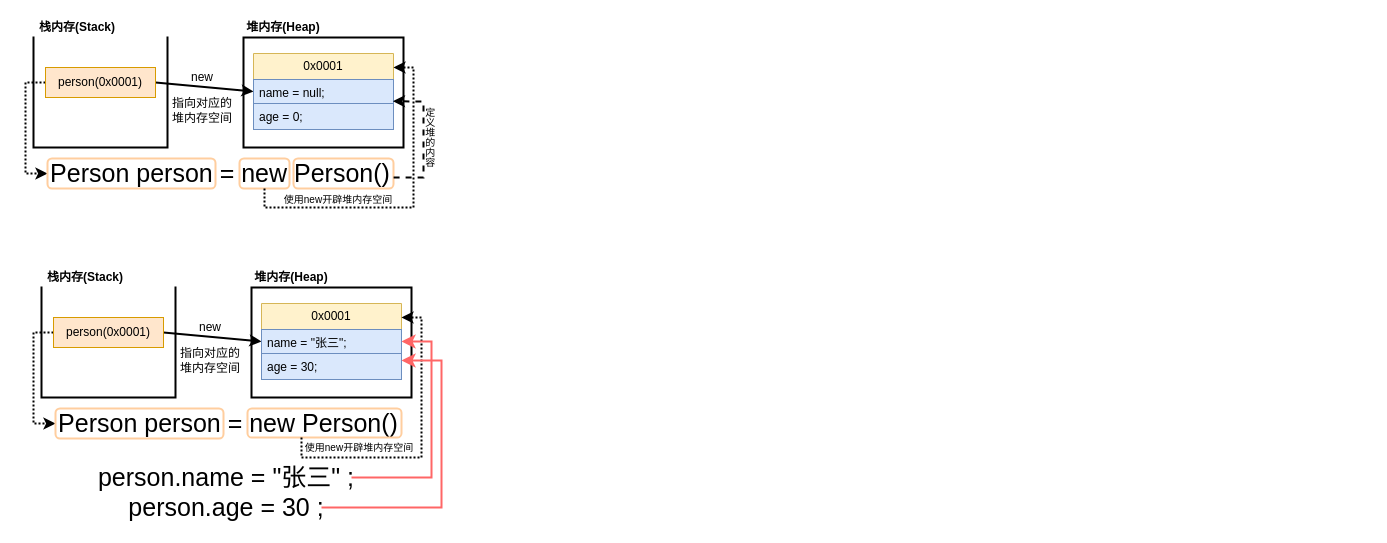
This is java对象内存分析.drawio from qingyunlyp/resource, a draw.io file, before an edit. Source tidied: cells renumbered, new cells numbered last; positions are measured from the earlier drawing's top-left corner, leaving out a move shared by most shapes. Both pictures are drawn from the tidied source at 100%, with x=0, y=0 at pixel (33, 17).
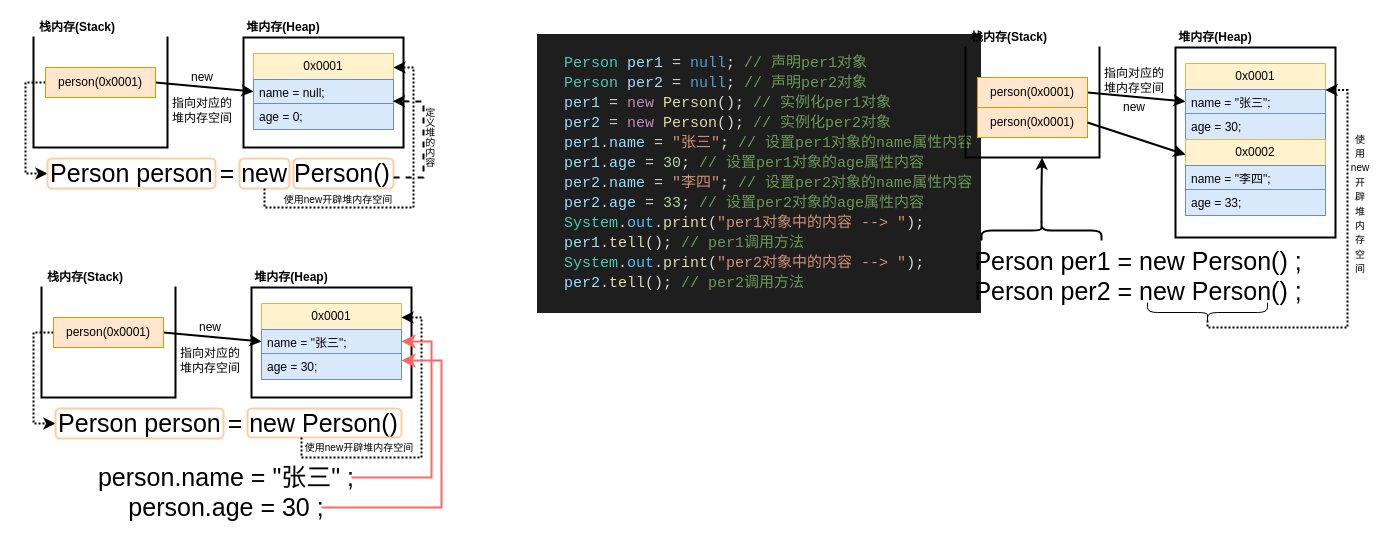
The same page after the edit.

Commit message:
更新java对象内存分析.drawio

The edit, as a diff of the source:
```diff
@@
+    <mxCell id="42" value="&lt;div style=&quot;color: rgb(212, 212, 212); background-color: rgb(30, 30, 30); font-family: Consolas, &amp;quot;Courier New&amp;quot;, monospace; font-weight: normal; line-height: 19px; white-space: pre;&quot;&gt;&lt;div style=&quot;line-height: 19px;&quot;&gt;&lt;div style=&quot;&quot;&gt;&lt;div style=&quot;line-height: 19px;&quot;&gt;&lt;div style=&quot;&quot;&gt;&lt;font style=&quot;font-size: 15px;&quot;&gt;&amp;nbsp; &amp;nbsp;&lt;/font&gt;&lt;/div&gt;&lt;div style=&quot;&quot;&gt;&lt;font style=&quot;font-size: 15px;&quot;&gt;&lt;span style=&quot;color: rgb(78, 201, 176);&quot;&gt;   Person&lt;/span&gt; &lt;span style=&quot;color: rgb(156, 220, 254);&quot;&gt;per1&lt;/span&gt; = &lt;span style=&quot;color: rgb(86, 156, 214);&quot;&gt;null&lt;/span&gt;; &lt;span style=&quot;color: rgb(106, 153, 85);&quot;&gt;// 声明per1对象&lt;/span&gt;&lt;/font&gt;&lt;/div&gt;&lt;div style=&quot;&quot;&gt;&lt;font style=&quot;font-size: 15px;&quot;&gt;&amp;nbsp;  &lt;span style=&quot;color: rgb(78, 201, 176);&quot;&gt;Person&lt;/span&gt; &lt;span style=&quot;color: rgb(156, 220, 254);&quot;&gt;per2&lt;/span&gt; = &lt;span style=&quot;color: rgb(86, 156, 214);&quot;&gt;null&lt;/span&gt;; &lt;span style=&quot;color: rgb(106, 153, 85);&quot;&gt;// 声明per2对象&lt;/span&gt;&lt;/font&gt;&lt;/div&gt;&lt;div style=&quot;&quot;&gt;&lt;font style=&quot;font-size: 15px;&quot;&gt;&amp;nbsp;  &lt;span style=&quot;color: rgb(156, 220, 254);&quot;&gt;per1&lt;/span&gt; = &lt;span style=&quot;color: rgb(197, 134, 192);&quot;&gt;new&lt;/span&gt; &lt;span style=&quot;color: rgb(220, 220, 170);&quot;&gt;Person&lt;/span&gt;(); &lt;span style=&quot;color: rgb(106, 153, 85);&quot;&gt;// 实例化per1对象&lt;/span&gt;&lt;/font&gt;&lt;/div&gt;&lt;div style=&quot;&quot;&gt;&lt;font style=&quot;font-size: 15px;&quot;&gt;&amp;nbsp;  &lt;span style=&quot;color: rgb(156, 220, 254);&quot;&gt;per2&lt;/span&gt; = &lt;span style=&quot;color: rgb(197, 134, 192);&quot;&gt;new&lt;/span&gt; &lt;span style=&quot;color: rgb(220, 220, 170);&quot;&gt;Person&lt;/span&gt;(); &lt;span style=&quot;color: rgb(106, 153, 85);&quot;&gt;// 实例化per2对象&lt;/span&gt;&lt;/font&gt;&lt;/div&gt;&lt;div style=&quot;&quot;&gt;&lt;font style=&quot;font-size: 15px;&quot;&gt;&amp;nbsp;  &lt;span style=&quot;color: rgb(156, 220, 254);&quot;&gt;per1&lt;/span&gt;.&lt;span style=&quot;color: rgb(156, 220, 254);&quot;&gt;name&lt;/span&gt; = &lt;span style=&quot;color: rgb(206, 145, 120);&quot;&gt;&quot;张三&quot;&lt;/span&gt;; &lt;span style=&quot;color: rgb(106, 153, 85);&quot;&gt;// 设置per1对象的name属性内容 &lt;/span&gt;&lt;/font&gt;&lt;/div&gt;&lt;div style=&quot;&quot;&gt;&lt;font style=&quot;font-size: 15px;&quot;&gt;&amp;nbsp;  &lt;span style=&quot;color: rgb(156, 220, 254);&quot;&gt;per1&lt;/span&gt;.&lt;span style=&quot;color: rgb(156, 220, 254);&quot;&gt;age&lt;/span&gt; = &lt;span style=&quot;color: rgb(181, 206, 168);&quot;&gt;30&lt;/span&gt;; &lt;span style=&quot;color: rgb(106, 153, 85);&quot;&gt;// 设置per1对象的age属性内容&lt;/span&gt;&lt;/font&gt;&lt;/div&gt;&lt;div style=&quot;&quot;&gt;&lt;font style=&quot;font-size: 15px;&quot;&gt;&amp;nbsp; &amp;nbsp;&lt;span style=&quot;color: rgb(156, 220, 254);&quot;&gt;per2&lt;/span&gt;.&lt;span style=&quot;color: rgb(156, 220, 254);&quot;&gt;name&lt;/span&gt; = &lt;span style=&quot;color: rgb(206, 145, 120);&quot;&gt;&quot;李四&quot;&lt;/span&gt;; &lt;span style=&quot;color: rgb(106, 153, 85);&quot;&gt;// 设置per2对象的name属性内容&lt;/span&gt;&lt;/font&gt;&lt;/div&gt;&lt;div style=&quot;&quot;&gt;&lt;font style=&quot;font-size: 15px;&quot;&gt;&amp;nbsp; &amp;nbsp;&lt;span style=&quot;color: rgb(156, 220, 254);&quot;&gt;per2&lt;/span&gt;.&lt;span style=&quot;color: rgb(156, 220, 254);&quot;&gt;age&lt;/span&gt; = &lt;span style=&quot;color: rgb(181, 206, 168);&quot;&gt;33&lt;/span&gt;; &lt;span style=&quot;color: rgb(106, 153, 85);&quot;&gt;// 设置per2对象的age属性内容&lt;/span&gt;&lt;/font&gt;&lt;/div&gt;&lt;div style=&quot;&quot;&gt;&lt;font style=&quot;font-size: 15px;&quot;&gt;&amp;nbsp; &amp;nbsp;&lt;span style=&quot;color: rgb(78, 201, 176);&quot;&gt;System&lt;/span&gt;.&lt;span style=&quot;color: rgb(79, 193, 255);&quot;&gt;out&lt;/span&gt;.&lt;span style=&quot;color: rgb(220, 220, 170);&quot;&gt;print&lt;/span&gt;(&lt;span style=&quot;color: rgb(206, 145, 120);&quot;&gt;&quot;per1对象中的内容 --&amp;gt; &quot;&lt;/span&gt;);&lt;/font&gt;&lt;/div&gt;&lt;div style=&quot;&quot;&gt;&lt;font style=&quot;font-size: 15px;&quot;&gt;&amp;nbsp; &amp;nbsp;&lt;span style=&quot;color: rgb(156, 220, 254);&quot;&gt;per1&lt;/span&gt;.&lt;span style=&quot;color: rgb(220, 220, 170);&quot;&gt;tell&lt;/span&gt;(); &lt;span style=&quot;color: rgb(106, 153, 85);&quot;&gt;// per1调用方法&lt;/span&gt;&lt;/font&gt;&lt;/div&gt;&lt;div style=&quot;&quot;&gt;&lt;font style=&quot;font-size: 15px;&quot;&gt;&amp;nbsp; &amp;nbsp;&lt;span style=&quot;color: rgb(78, 201, 176);&quot;&gt;System&lt;/span&gt;.&lt;span style=&quot;color: rgb(79, 193, 255);&quot;&gt;out&lt;/span&gt;.&lt;span style=&quot;color: rgb(220, 220, 170);&quot;&gt;print&lt;/span&gt;(&lt;span style=&quot;color: rgb(206, 145, 120);&quot;&gt;&quot;per2对象中的内容 --&amp;gt; &quot;&lt;/span&gt;);&lt;/font&gt;&lt;/div&gt;&lt;div style=&quot;&quot;&gt;&lt;font style=&quot;font-size: 15px;&quot;&gt;&amp;nbsp; &amp;nbsp;&lt;span style=&quot;color: rgb(156, 220, 254);&quot;&gt;per2&lt;/span&gt;.&lt;span style=&quot;color: rgb(220, 220, 170);&quot;&gt;tell&lt;/span&gt;(); &lt;span style=&quot;color: rgb(106, 153, 85);&quot;&gt;// per2调用方法&lt;/span&gt;&lt;/font&gt;&lt;/div&gt;&lt;div style=&quot;font-size: 14px;&quot;&gt;&lt;span style=&quot;color: rgb(106, 153, 85);&quot;&gt;&lt;br&gt;&lt;/span&gt;&lt;/div&gt;&lt;/div&gt;&lt;/div&gt;&lt;/div&gt;&lt;/div&gt;" style="text;whiteSpace=wrap;html=1;" parent="1" vertex="1">
+      <mxGeometry x="502" y="10" width="400" height="280" as="geometry" />
+    </mxCell>
+    <mxCell id="43" style="shape=partialRectangle;whiteSpace=wrap;html=1;bottom=1;right=1;left=1;top=0;fillColor=none;routingCenterX=-0.5;strokeWidth=2;" parent="1" vertex="1">
+      <mxGeometry x="932" y="30" width="134" height="110" as="geometry" />
+    </mxCell>
+    <mxCell id="44" value="&lt;p style=&quot;margin:0px;margin-top:4px;text-align:center;&quot;&gt;&lt;br&gt;&lt;/p&gt;" style="verticalAlign=top;align=left;overflow=fill;html=1;whiteSpace=wrap;strokeWidth=2;" parent="1" vertex="1">
+      <mxGeometry x="1142" y="30" width="160" height="190" as="geometry" />
+    </mxCell>
+    <mxCell id="45" style="endArrow=classic;html=1;rounded=0;entryX=0;entryY=0.5;entryDx=0;entryDy=0;exitX=1;exitY=0.5;exitDx=0;exitDy=0;strokeWidth=2;" parent="1" edge="1" source="47" target="49">
+      <mxGeometry relative="1" as="geometry" />
+    </mxCell>
+    <mxCell id="46" value="&lt;b&gt;栈内存(Stack)&lt;/b&gt;" style="text;html=1;whiteSpace=wrap;strokeColor=none;fillColor=none;align=center;verticalAlign=middle;rounded=0;" parent="1" vertex="1">
+      <mxGeometry x="936" y="10" width="80" height="20" as="geometry" />
+    </mxCell>
+    <mxCell id="47" value="person(0x0001)" style="html=1;whiteSpace=wrap;fillColor=#ffe6cc;strokeColor=#d79b00;" parent="1" vertex="1">
+      <mxGeometry x="944" y="60" width="110" height="30" as="geometry" />
+    </mxCell>
+    <mxCell id="48" value="&lt;b&gt;堆内存(Heap)&lt;/b&gt;" style="text;html=1;whiteSpace=wrap;strokeColor=none;fillColor=none;align=center;verticalAlign=middle;rounded=0;" parent="1" vertex="1">
+      <mxGeometry x="1142" y="10" width="80" height="20" as="geometry" />
+    </mxCell>
+    <mxCell id="49" value="0x0001" style="swimlane;fontStyle=0;horizontal=1;startSize=26;fillColor=#fff2cc;whiteSpace=wrap;html=1;strokeColor=#d6b656;" parent="1" vertex="1">
+      <mxGeometry x="1152" y="46" width="140" height="76" as="geometry" />
+    </mxCell>
+    <mxCell id="50" value="name = &quot;张三&quot;;" style="text;strokeColor=#6c8ebf;fillColor=#dae8fc;align=left;verticalAlign=top;spacingLeft=4;spacingRight=4;overflow=hidden;whiteSpace=wrap;html=1;" parent="49" vertex="1">
+      <mxGeometry y="26" width="140" height="24" as="geometry" />
+    </mxCell>
+    <mxCell id="51" value="age = 30;" style="text;strokeColor=#6c8ebf;fillColor=#dae8fc;align=left;verticalAlign=top;spacingLeft=4;spacingRight=4;overflow=hidden;whiteSpace=wrap;html=1;" parent="49" vertex="1">
+      <mxGeometry y="50" width="140" height="26" as="geometry" />
+    </mxCell>
+    <mxCell id="52" value="指向对应的堆内存空间" style="text;html=1;whiteSpace=wrap;strokeColor=none;fillColor=none;align=center;verticalAlign=middle;rounded=0;" parent="1" vertex="1">
+      <mxGeometry x="1066" y="50" width="70" height="25" as="geometry" />
+    </mxCell>
+    <mxCell id="53" value="new" style="text;html=1;whiteSpace=wrap;strokeColor=none;fillColor=none;align=center;verticalAlign=middle;rounded=0;" parent="1" vertex="1">
+      <mxGeometry x="1073" y="80" width="56" height="20" as="geometry" />
+    </mxCell>
+    <mxCell id="54" value="&lt;font style=&quot;font-size: 25px;&quot;&gt;Person per1 = new Person() ;&lt;/font&gt;&lt;div&gt;&lt;font style=&quot;font-size: 25px;&quot;&gt;Person per2 = new Person() ;&lt;/font&gt;&lt;/div&gt;" style="text;html=1;whiteSpace=wrap;strokeColor=none;fillColor=none;align=center;verticalAlign=middle;rounded=0;" parent="1" vertex="1">
+      <mxGeometry x="932" y="218" width="346" height="80" as="geometry" />
+    </mxCell>
+    <mxCell id="55" style="edgeStyle=orthogonalEdgeStyle;rounded=0;jettySize=auto;html=1;entryX=1;entryY=0.184;entryDx=0;entryDy=0;entryPerimeter=0;dashed=1;dashPattern=1 1;strokeWidth=2;exitX=0.1;exitY=0.5;exitDx=0;exitDy=0;exitPerimeter=0;" parent="1" edge="1" source="64">
+      <mxGeometry relative="1" as="geometry">
+        <mxPoint x="1292" y="72.5" as="targetPoint" />
+        <Array as="points">
+          <mxPoint x="1174" y="310" />
+          <mxPoint x="1314" y="310" />
+          <mxPoint x="1314" y="73" />
+        </Array>
+      </mxGeometry>
+    </mxCell>
+    <mxCell id="56" value="&lt;font style=&quot;font-size: 10px;&quot;&gt;使用new开辟堆内存空间&lt;/font&gt;" style="text;html=1;whiteSpace=wrap;strokeColor=none;fillColor=none;align=center;verticalAlign=middle;rounded=0;" parent="1" vertex="1">
+      <mxGeometry x="1317" y="100" width="20" height="171" as="geometry" />
+    </mxCell>
+    <mxCell id="57" value="0x0002" style="swimlane;fontStyle=0;horizontal=1;startSize=26;fillColor=#fff2cc;whiteSpace=wrap;html=1;strokeColor=#d6b656;" parent="1" vertex="1">
+      <mxGeometry x="1152" y="122" width="140" height="76" as="geometry" />
+    </mxCell>
+    <mxCell id="58" value="name = &quot;李四&quot;;" style="text;strokeColor=#6c8ebf;fillColor=#dae8fc;align=left;verticalAlign=top;spacingLeft=4;spacingRight=4;overflow=hidden;whiteSpace=wrap;html=1;" parent="57" vertex="1">
+      <mxGeometry y="26" width="140" height="24" as="geometry" />
+    </mxCell>
+    <mxCell id="59" value="age = 33;" style="text;strokeColor=#6c8ebf;fillColor=#dae8fc;align=left;verticalAlign=top;spacingLeft=4;spacingRight=4;overflow=hidden;whiteSpace=wrap;html=1;" parent="57" vertex="1">
+      <mxGeometry y="50" width="140" height="26" as="geometry" />
+    </mxCell>
+    <mxCell id="60" value="person(0x0001)" style="html=1;whiteSpace=wrap;fillColor=#ffe6cc;strokeColor=#d79b00;" parent="1" vertex="1">
+      <mxGeometry x="944" y="90" width="110" height="30" as="geometry" />
+    </mxCell>
+    <mxCell id="61" style="endArrow=classic;html=1;rounded=0;exitX=1;exitY=0.5;exitDx=0;exitDy=0;strokeWidth=2;" parent="1" edge="1" source="60" target="57">
+      <mxGeometry relative="1" as="geometry" />
+    </mxCell>
+    <mxCell id="62" style="shape=curlyBracket;whiteSpace=wrap;html=1;rounded=1;labelPosition=left;verticalLabelPosition=middle;align=right;verticalAlign=middle;direction=south;strokeWidth=2;" parent="1" vertex="1">
+      <mxGeometry x="948" y="203" width="120" height="20" as="geometry" />
+    </mxCell>
+    <mxCell id="63" style="edgeStyle=orthogonalEdgeStyle;rounded=0;jettySize=auto;html=1;exitX=0.1;exitY=0.5;exitDx=0;exitDy=0;exitPerimeter=0;entryX=0.571;entryY=1.001;entryDx=0;entryDy=0;entryPerimeter=0;strokeWidth=2;" parent="1" edge="1" source="62" target="43">
+      <mxGeometry relative="1" as="geometry" />
+    </mxCell>
+    <mxCell id="64" style="shape=curlyBracket;whiteSpace=wrap;html=1;rounded=1;flipH=1;labelPosition=right;verticalLabelPosition=middle;align=left;verticalAlign=middle;direction=north;" parent="1" vertex="1">
+      <mxGeometry x="1114" y="285" width="120" height="20" as="geometry" />
+    </mxCell>
```
